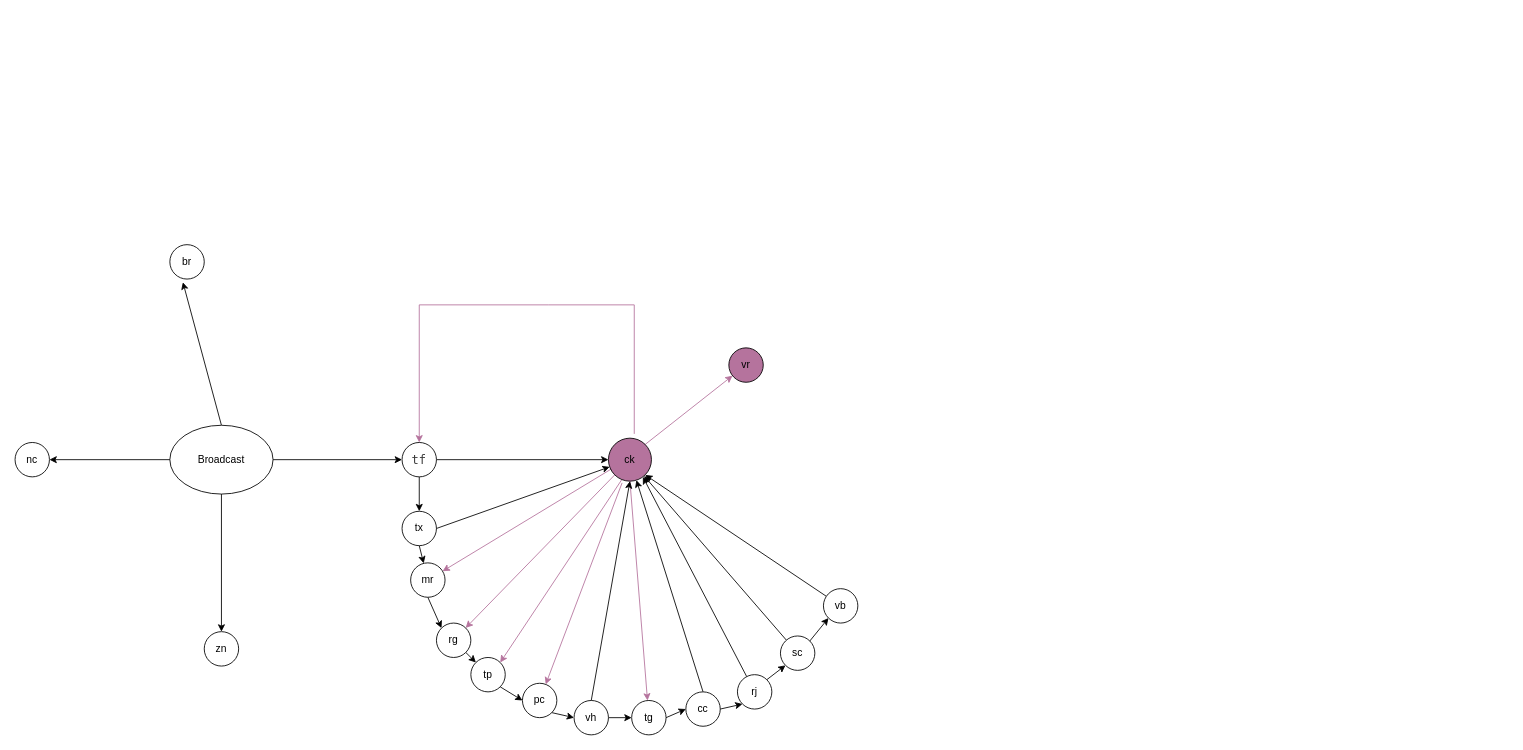
The draw.io diagram Untitled Diagram.drawio in maesierra/adventOfCode2023, before the edit. Source tidied: cells renumbered, new cells numbered last; positions are measured from the earlier drawing's top-left corner, leaving out a move shared by most shapes. Both pictures are drawn from the tidied source at 86%, with x=0, y=0 at pixel (15, 244).
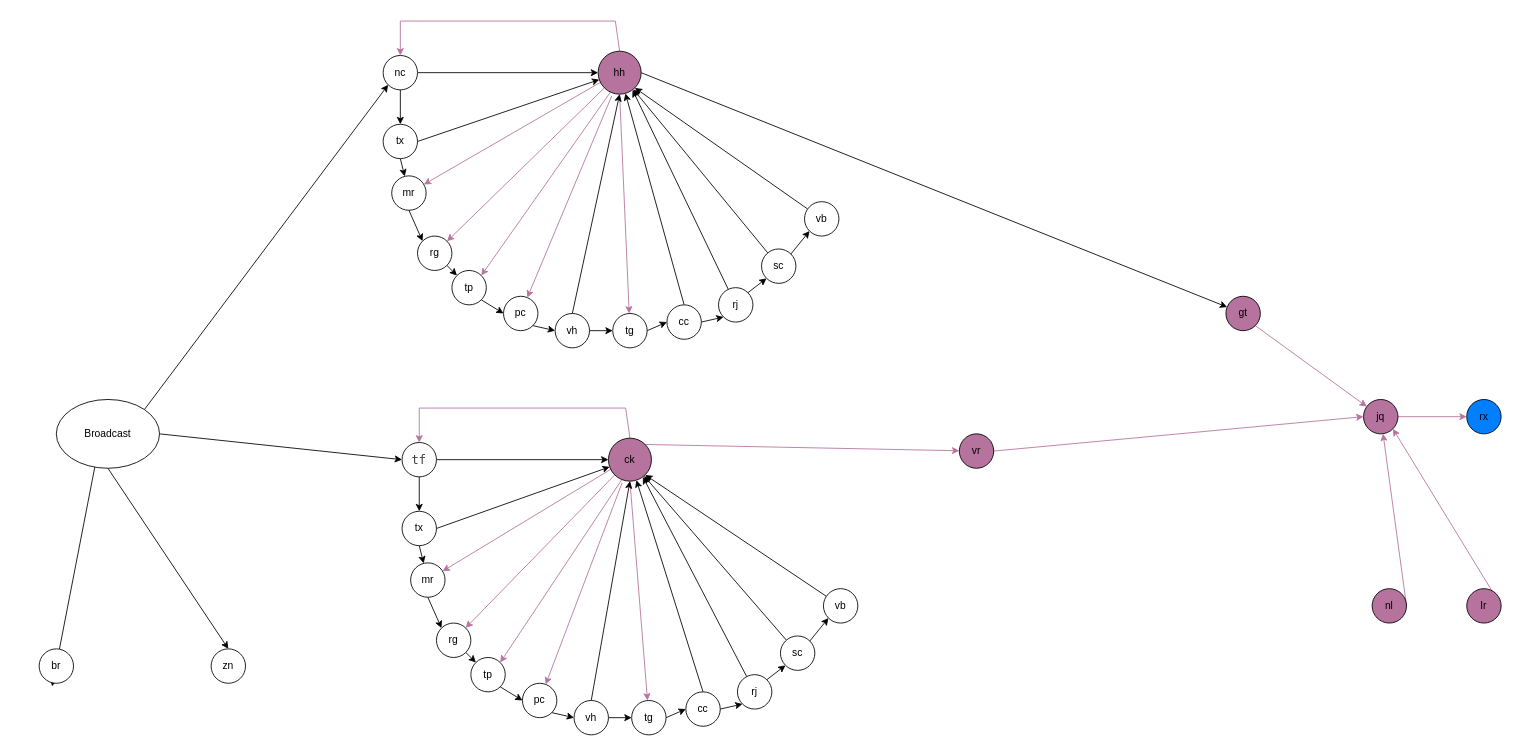
The same page after the edit.

Unchanged cells that the change refers to:
```xml
<mxCell id="8" value="&lt;div style=&quot;color: rgb(59, 59, 59); background-color: rgb(255, 255, 255); font-family: &amp;quot;Droid Sans Mono&amp;quot;, &amp;quot;monospace&amp;quot;, monospace; font-weight: normal; font-size: 14px; line-height: 19px;&quot;&gt;&lt;div&gt;tf&lt;/div&gt;&lt;/div&gt;" style="ellipse;whiteSpace=wrap;html=1;" parent="1" vertex="1">
  <mxGeometry x="450" y="230" width="40" height="40" as="geometry" />
</mxCell>
<mxCell id="20" value="ck" style="ellipse;whiteSpace=wrap;html=1;fillColor=#B5739D;" parent="1" vertex="1">
  <mxGeometry x="690" y="225" width="50" height="50" as="geometry" />
</mxCell>
```

Diff of the diagram source:
```diff
@@
     <mxCell id="5" value="Broadcast" style="ellipse;whiteSpace=wrap;html=1;" parent="1" vertex="1">
-      <mxGeometry x="180" y="210" width="120" height="80" as="geometry" />
+      <mxGeometry x="48" y="180" width="120" height="80" as="geometry" />
     </mxCell>
@@
     <mxCell id="9" value="br" style="ellipse;whiteSpace=wrap;html=1;" parent="1" vertex="1">
-      <mxGeometry x="180" width="40" height="40" as="geometry" />
+      <mxGeometry x="28" y="470" width="40" height="40" as="geometry" />
     </mxCell>
     <mxCell id="10" value="zn" style="ellipse;whiteSpace=wrap;html=1;" parent="1" vertex="1">
-      <mxGeometry x="220" y="450" width="40" height="40" as="geometry" />
+      <mxGeometry x="228" y="470" width="40" height="40" as="geometry" />
     </mxCell>
-    <mxCell id="11" value="nc" style="ellipse;whiteSpace=wrap;html=1;" parent="1" vertex="1">
-      <mxGeometry y="230" width="40" height="40" as="geometry" />
-    </mxCell>
-    <mxCell id="12" style="rounded=0;jettySize=auto;html=1;exitX=0;exitY=0.5;exitDx=0;exitDy=0;" parent="1" edge="1" source="5" target="11">
+    <mxCell id="12" style="rounded=0;jettySize=auto;html=1;exitX=1;exitY=0;exitDx=0;exitDy=0;entryX=0;entryY=1;entryDx=0;entryDy=0;" parent="1" edge="1" source="5" target="11">
       <mxGeometry relative="1" as="geometry" />
     </mxCell>
-    <mxCell id="13" style="rounded=0;jettySize=auto;html=1;entryX=0.5;entryY=0;entryDx=0;entryDy=0;strokeColor=#B5739D;" parent="1" edge="1" target="8">
+    <mxCell id="13" style="rounded=0;jettySize=auto;html=1;entryX=0.5;entryY=0;entryDx=0;entryDy=0;strokeColor=#B5739D;exitX=0.5;exitY=0;exitDx=0;exitDy=0;" parent="1" edge="1" source="20" target="8">
       <mxGeometry relative="1" as="geometry">
-        <mxPoint x="720" y="220" as="sourcePoint" />
         <Array as="points">
-          <mxPoint x="720" y="70" />
-          <mxPoint x="620" y="70" />
-          <mxPoint x="470" y="70" />
+          <mxPoint x="710" y="190" />
+          <mxPoint x="470" y="190" />
         </Array>
       </mxGeometry>
     </mxCell>
@@
+    <mxCell id="49" style="rounded=0;jettySize=auto;html=1;exitX=1;exitY=0.5;exitDx=0;exitDy=0;entryX=0;entryY=0.5;entryDx=0;entryDy=0;fillColor=#B5739D;strokeColor=#B5739D;" parent="1" edge="1" source="37" target="51">
+      <mxGeometry relative="1" as="geometry" />
+    </mxCell>
     <mxCell id="37" value="&lt;div&gt;vr&lt;/div&gt;" style="ellipse;whiteSpace=wrap;html=1;fillColor=#B5739D;" parent="1" vertex="1">
-      <mxGeometry x="830" y="120" width="40" height="40" as="geometry" />
+      <mxGeometry x="1098" y="220" width="40" height="40" as="geometry" />
     </mxCell>
@@
+    <mxCell id="50" style="rounded=0;jettySize=auto;html=1;exitX=1;exitY=0.5;exitDx=0;exitDy=0;fillColor=#B5739D;strokeColor=#B5739D;" parent="1" edge="1" source="51" target="52">
+      <mxGeometry relative="1" as="geometry" />
+    </mxCell>
+    <mxCell id="51" value="jq" style="ellipse;whiteSpace=wrap;html=1;fillColor=#B5739D;" parent="1" vertex="1">
+      <mxGeometry x="1568" y="180" width="40" height="40" as="geometry" />
+    </mxCell>
+    <mxCell id="52" value="rx" style="ellipse;whiteSpace=wrap;html=1;fillColor=#007FFF;" parent="1" vertex="1">
+      <mxGeometry x="1688" y="180" width="40" height="40" as="geometry" />
+    </mxCell>
+    <mxCell id="53" style="edgeStyle=none;rounded=0;jettySize=auto;html=1;exitX=1;exitY=1;exitDx=0;exitDy=0;fillColor=#B5739D;strokeColor=#B5739D;" parent="1" edge="1" source="54" target="51">
+      <mxGeometry relative="1" as="geometry" />
+    </mxCell>
+    <mxCell id="54" value="gt" style="ellipse;whiteSpace=wrap;html=1;fillColor=#B5739D;" parent="1" vertex="1">
+      <mxGeometry x="1408" y="60" width="40" height="40" as="geometry" />
+    </mxCell>
+    <mxCell id="55" style="edgeStyle=none;rounded=0;jettySize=auto;html=1;exitX=1;exitY=0.5;exitDx=0;exitDy=0;fillColor=#B5739D;strokeColor=#B5739D;" parent="1" edge="1" source="56" target="51">
+      <mxGeometry relative="1" as="geometry" />
+    </mxCell>
+    <mxCell id="56" value="nl" style="ellipse;whiteSpace=wrap;html=1;fillColor=#B5739D;" parent="1" vertex="1">
+      <mxGeometry x="1578" y="400" width="40" height="40" as="geometry" />
+    </mxCell>
+    <mxCell id="57" style="edgeStyle=none;rounded=0;jettySize=auto;html=1;exitX=1;exitY=0.5;exitDx=0;exitDy=0;entryX=1;entryY=1;entryDx=0;entryDy=0;fillColor=#B5739D;strokeColor=#B5739D;" parent="1" edge="1" source="58" target="51">
+      <mxGeometry relative="1" as="geometry" />
+    </mxCell>
+    <mxCell id="58" value="lr" style="ellipse;whiteSpace=wrap;html=1;fillColor=#B5739D;" parent="1" vertex="1">
+      <mxGeometry x="1688" y="400" width="40" height="40" as="geometry" />
+    </mxCell>
+    <mxCell id="59" style="rounded=0;jettySize=auto;html=1;" parent="1" edge="1" source="11" target="68">
+      <mxGeometry relative="1" as="geometry" />
+    </mxCell>
+    <mxCell id="60" style="rounded=0;jettySize=auto;html=1;exitX=0.5;exitY=1;exitDx=0;exitDy=0;" parent="1" edge="1" source="11" target="70">
+      <mxGeometry relative="1" as="geometry" />
+    </mxCell>
+    <mxCell id="11" value="nc" style="ellipse;whiteSpace=wrap;html=1;" parent="1" vertex="1">
+      <mxGeometry x="428" y="-220" width="40" height="40" as="geometry" />
+    </mxCell>
+    <mxCell id="61" style="rounded=0;jettySize=auto;html=1;entryX=0.5;entryY=0;entryDx=0;entryDy=0;strokeColor=#B5739D;exitX=0.5;exitY=0;exitDx=0;exitDy=0;" parent="1" edge="1" source="68" target="11">
+      <mxGeometry relative="1" as="geometry">
+        <Array as="points">
+          <mxPoint x="698" y="-260" />
+          <mxPoint x="448" y="-260" />
+        </Array>
+      </mxGeometry>
+    </mxCell>
+    <mxCell id="62" style="edgeStyle=none;rounded=0;jettySize=auto;html=1;exitX=1;exitY=0;exitDx=0;exitDy=0;entryX=1;entryY=0;entryDx=0;entryDy=0;strokeColor=#B5739D;" parent="1" edge="1" source="68" target="84">
+      <mxGeometry relative="1" as="geometry" />
+    </mxCell>
+    <mxCell id="63" style="edgeStyle=none;rounded=0;jettySize=auto;html=1;exitX=0.317;exitY=1.04;exitDx=0;exitDy=0;strokeColor=#B5739D;exitPerimeter=0;" parent="1" edge="1" source="68" target="86">
+      <mxGeometry relative="1" as="geometry" />
+    </mxCell>
+    <mxCell id="64" style="edgeStyle=none;rounded=0;jettySize=auto;html=1;exitX=0.5;exitY=1;exitDx=0;exitDy=0;strokeColor=#B5739D;" parent="1" edge="1" source="68" target="88">
+      <mxGeometry relative="1" as="geometry" />
+    </mxCell>
+    <mxCell id="65" style="edgeStyle=none;rounded=0;jettySize=auto;html=1;exitX=0.083;exitY=0.707;exitDx=0;exitDy=0;strokeColor=#B5739D;exitPerimeter=0;" parent="1" edge="1" source="68" target="90">
+      <mxGeometry relative="1" as="geometry" />
+    </mxCell>
+    <mxCell id="66" style="edgeStyle=none;rounded=0;jettySize=auto;html=1;exitX=0;exitY=1;exitDx=0;exitDy=0;strokeColor=#B5739D;" parent="1" edge="1" source="68" target="92">
+      <mxGeometry relative="1" as="geometry" />
+    </mxCell>
+    <mxCell id="67" style="edgeStyle=none;rounded=0;jettySize=auto;html=1;exitX=1;exitY=0.5;exitDx=0;exitDy=0;" parent="1" edge="1" source="68" target="54">
+      <mxGeometry relative="1" as="geometry" />
+    </mxCell>
+    <mxCell id="68" value="hh" style="ellipse;whiteSpace=wrap;html=1;fillColor=#B5739D;" parent="1" vertex="1">
+      <mxGeometry x="678" y="-225" width="50" height="50" as="geometry" />
+    </mxCell>
+    <mxCell id="69" style="edgeStyle=none;rounded=0;jettySize=auto;html=1;exitX=0.5;exitY=1;exitDx=0;exitDy=0;" parent="1" edge="1" source="70" target="90">
+      <mxGeometry relative="1" as="geometry" />
+    </mxCell>
+    <mxCell id="70" value="tx" style="ellipse;whiteSpace=wrap;html=1;" parent="1" vertex="1">
+      <mxGeometry x="428" y="-140" width="40" height="40" as="geometry" />
+    </mxCell>
+    <mxCell id="71" style="rounded=0;jettySize=auto;html=1;entryX=1;entryY=1;entryDx=0;entryDy=0;" parent="1" edge="1" source="72" target="68">
+      <mxGeometry relative="1" as="geometry" />
+    </mxCell>
+    <mxCell id="72" value="vb" style="ellipse;whiteSpace=wrap;html=1;" parent="1" vertex="1">
+      <mxGeometry x="918" y="-50" width="40" height="40" as="geometry" />
+    </mxCell>
+    <mxCell id="73" style="rounded=0;jettySize=auto;html=1;exitX=1;exitY=0.5;exitDx=0;exitDy=0;" parent="1" edge="1" source="70" target="68">
+      <mxGeometry relative="1" as="geometry" />
+    </mxCell>
+    <mxCell id="74" style="rounded=0;jettySize=auto;html=1;exitX=0.5;exitY=0;exitDx=0;exitDy=0;" parent="1" edge="1" source="76" target="68">
+      <mxGeometry relative="1" as="geometry" />
+    </mxCell>
+    <mxCell id="75" style="edgeStyle=none;rounded=0;jettySize=auto;html=1;exitX=1;exitY=0.5;exitDx=0;exitDy=0;entryX=0;entryY=1;entryDx=0;entryDy=0;" parent="1" edge="1" source="76" target="82">
+      <mxGeometry relative="1" as="geometry" />
+    </mxCell>
+    <mxCell id="76" value="cc" style="ellipse;whiteSpace=wrap;html=1;" parent="1" vertex="1">
+      <mxGeometry x="758" y="70" width="40" height="40" as="geometry" />
+    </mxCell>
+    <mxCell id="77" style="rounded=0;jettySize=auto;html=1;" parent="1" edge="1" source="79" target="68">
+      <mxGeometry relative="1" as="geometry" />
+    </mxCell>
+    <mxCell id="78" style="edgeStyle=none;rounded=0;jettySize=auto;html=1;exitX=1;exitY=0;exitDx=0;exitDy=0;entryX=0;entryY=1;entryDx=0;entryDy=0;" parent="1" edge="1" source="79" target="72">
+      <mxGeometry relative="1" as="geometry" />
+    </mxCell>
+    <mxCell id="79" value="&lt;div&gt;sc&lt;/div&gt;" style="ellipse;whiteSpace=wrap;html=1;" parent="1" vertex="1">
+      <mxGeometry x="868" y="5" width="40" height="40" as="geometry" />
+    </mxCell>
+    <mxCell id="80" style="rounded=0;jettySize=auto;html=1;entryX=0.8;entryY=0.9;entryDx=0;entryDy=0;entryPerimeter=0;" parent="1" edge="1" source="82" target="68">
+      <mxGeometry relative="1" as="geometry" />
+    </mxCell>
+    <mxCell id="81" style="edgeStyle=none;rounded=0;jettySize=auto;html=1;exitX=1;exitY=0;exitDx=0;exitDy=0;entryX=0;entryY=1;entryDx=0;entryDy=0;" parent="1" edge="1" source="82" target="79">
+      <mxGeometry relative="1" as="geometry" />
+    </mxCell>
+    <mxCell id="82" value="rj" style="ellipse;whiteSpace=wrap;html=1;" parent="1" vertex="1">
+      <mxGeometry x="818" y="50" width="40" height="40" as="geometry" />
+    </mxCell>
+    <mxCell id="83" style="edgeStyle=none;rounded=0;jettySize=auto;html=1;exitX=1;exitY=1;exitDx=0;exitDy=0;entryX=0;entryY=0.5;entryDx=0;entryDy=0;" parent="1" edge="1" source="84" target="86">
+      <mxGeometry relative="1" as="geometry" />
+    </mxCell>
+    <mxCell id="84" value="tp" style="ellipse;whiteSpace=wrap;html=1;" parent="1" vertex="1">
+      <mxGeometry x="508" y="30" width="40" height="40" as="geometry" />
+    </mxCell>
+    <mxCell id="85" style="edgeStyle=none;rounded=0;jettySize=auto;html=1;exitX=1;exitY=1;exitDx=0;exitDy=0;entryX=0;entryY=0.5;entryDx=0;entryDy=0;" parent="1" edge="1" source="86" target="95">
+      <mxGeometry relative="1" as="geometry" />
+    </mxCell>
+    <mxCell id="86" value="pc" style="ellipse;whiteSpace=wrap;html=1;" parent="1" vertex="1">
+      <mxGeometry x="568" y="60" width="40" height="40" as="geometry" />
+    </mxCell>
+    <mxCell id="87" style="edgeStyle=none;rounded=0;jettySize=auto;html=1;exitX=1;exitY=0.5;exitDx=0;exitDy=0;entryX=0;entryY=0.5;entryDx=0;entryDy=0;" parent="1" edge="1" source="88" target="76">
+      <mxGeometry relative="1" as="geometry" />
+    </mxCell>
+    <mxCell id="88" value="tg" style="ellipse;whiteSpace=wrap;html=1;" parent="1" vertex="1">
+      <mxGeometry x="695" y="80" width="40" height="40" as="geometry" />
+    </mxCell>
+    <mxCell id="89" style="edgeStyle=none;rounded=0;jettySize=auto;html=1;exitX=0.5;exitY=1;exitDx=0;exitDy=0;entryX=0;entryY=0;entryDx=0;entryDy=0;" parent="1" edge="1" source="90" target="92">
+      <mxGeometry relative="1" as="geometry" />
+    </mxCell>
+    <mxCell id="90" value="mr" style="ellipse;whiteSpace=wrap;html=1;" parent="1" vertex="1">
+      <mxGeometry x="438" y="-80" width="40" height="40" as="geometry" />
+    </mxCell>
+    <mxCell id="91" style="edgeStyle=none;rounded=0;jettySize=auto;html=1;exitX=1;exitY=1;exitDx=0;exitDy=0;entryX=0;entryY=0;entryDx=0;entryDy=0;" parent="1" edge="1" source="92" target="84">
+      <mxGeometry relative="1" as="geometry" />
+    </mxCell>
+    <mxCell id="92" value="rg" style="ellipse;whiteSpace=wrap;html=1;" parent="1" vertex="1">
+      <mxGeometry x="468" y="-10" width="40" height="40" as="geometry" />
+    </mxCell>
+    <mxCell id="93" style="edgeStyle=none;rounded=0;jettySize=auto;html=1;exitX=0.5;exitY=0;exitDx=0;exitDy=0;entryX=0.5;entryY=1;entryDx=0;entryDy=0;" parent="1" edge="1" source="95" target="68">
+      <mxGeometry relative="1" as="geometry" />
+    </mxCell>
+    <mxCell id="94" style="edgeStyle=none;rounded=0;jettySize=auto;html=1;exitX=1;exitY=0.5;exitDx=0;exitDy=0;entryX=0;entryY=0.5;entryDx=0;entryDy=0;" parent="1" edge="1" source="95" target="88">
+      <mxGeometry relative="1" as="geometry" />
+    </mxCell>
+    <mxCell id="95" value="vh" style="ellipse;whiteSpace=wrap;html=1;" parent="1" vertex="1">
+      <mxGeometry x="628" y="80" width="40" height="40" as="geometry" />
+    </mxCell>
```
